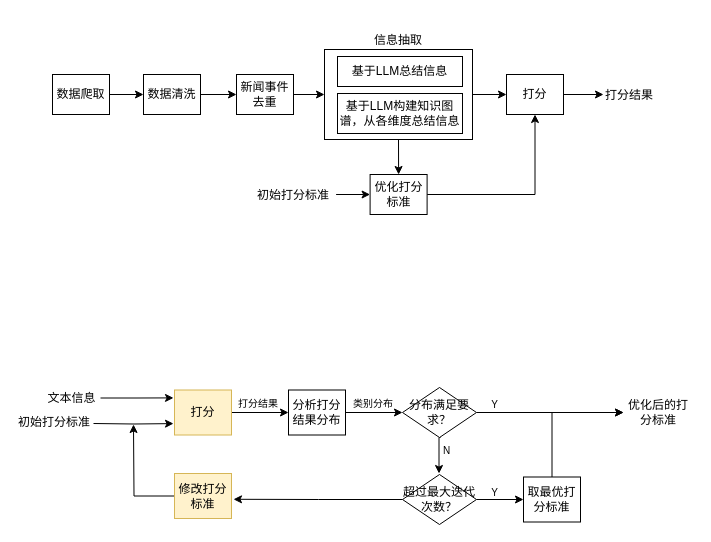
This is 研究局多源异构.drawio from CindyZX/drawio_figures, a draw.io file, before an edit. Source tidied: cells renumbered, new cells numbered last; positions are measured from the earlier drawing's top-left corner, leaving out a move shared by most shapes. Both pictures are drawn from the tidied source at 100%, with x=0, y=0 at pixel (16, 49).
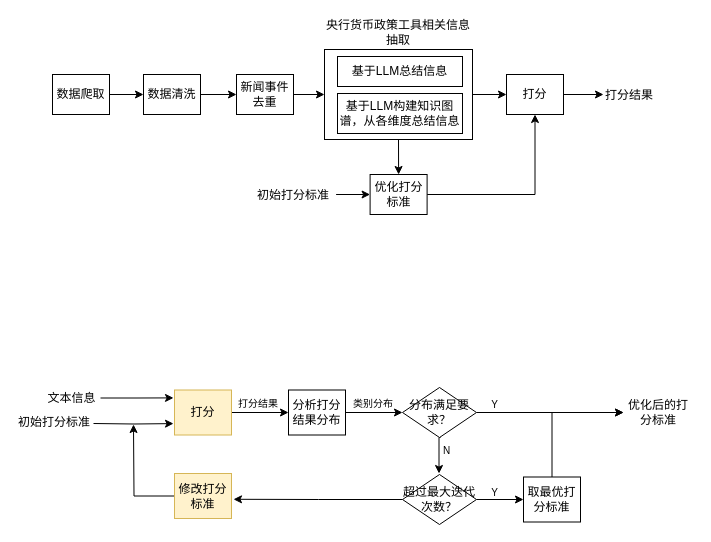
The same diagram, later.

Commit message:
更新研究局多源异构.drawio

The change refers to these unchanged cells:
```xml
<mxCell id="38" style="group;" parent="1" vertex="1">
  <mxGeometry x="308" width="148" height="90" as="geometry" />
</mxCell>
```

What changed in the source:
```diff
@@
-    <mxCell id="39" value="信息抽取" style="rounded=0;whiteSpace=wrap;html=1;labelPosition=center;verticalLabelPosition=top;align=center;verticalAlign=bottom;" parent="38" vertex="1">
+    <mxCell id="39" value="央行货币政策工具相关信息抽取" style="rounded=0;whiteSpace=wrap;html=1;labelPosition=center;verticalLabelPosition=top;align=center;verticalAlign=bottom;" parent="38" vertex="1">
       <mxGeometry width="148" height="90" as="geometry" />
     </mxCell>
```
